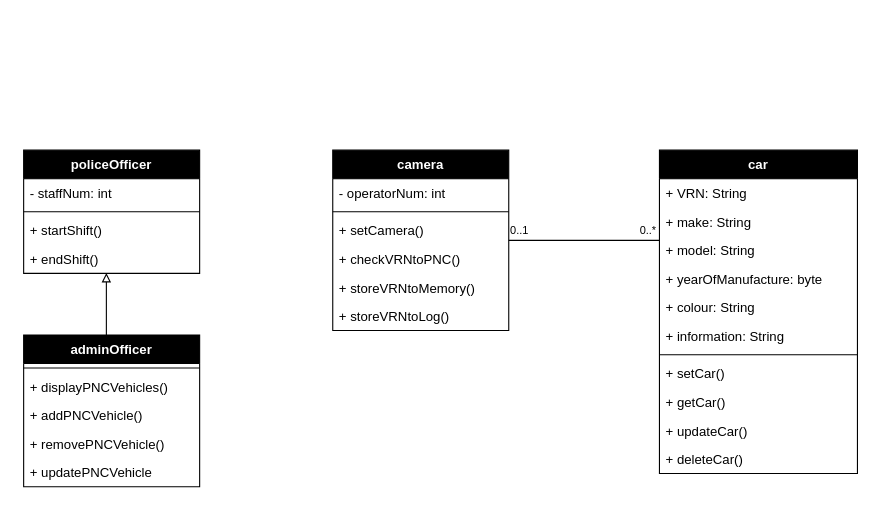
Above: page "class_diagrams" (2 of 2) of diagrams.drawio in TaraRhoseyn/police-anpr-system (draw.io), before the change. Source tidied: cells renumbered, new cells numbered last; positions are measured from the earlier drawing's top-left corner, leaving out a move shared by most shapes. Both pictures are drawn from the tidied source at 110%, with x=0, y=0 at pixel (23, 150).
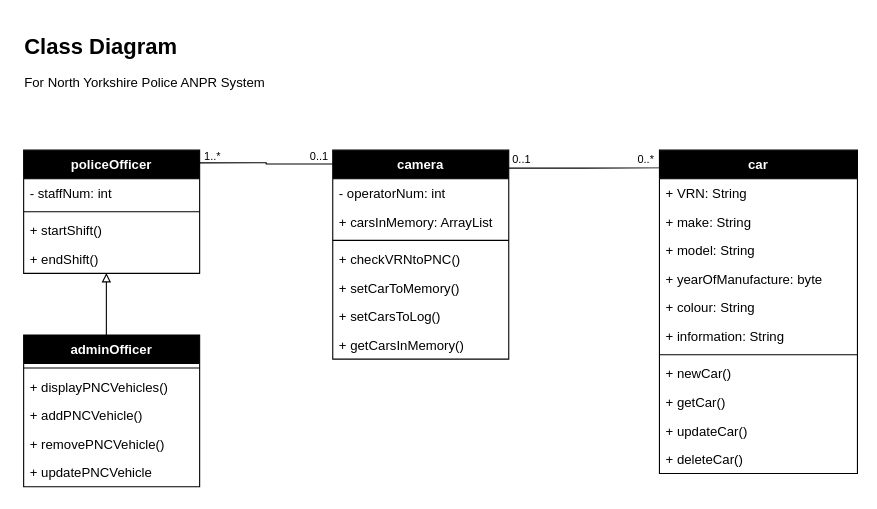
After the change.

The change refers to these unchanged cells:
```xml
<mxCell id="17" value="car" style="swimlane;fontStyle=1;align=center;verticalAlign=top;horizontal=1;startSize=26;fontColor=#FFFFFF;fillColor=#000000;" parent="1" vertex="1">
  <mxGeometry x="578" width="180" height="294" as="geometry" />
</mxCell>
<mxCell id="20" value="+ model: String" style="text;strokeColor=none;fillColor=none;align=left;verticalAlign=top;spacingLeft=4;spacingRight=4;overflow=hidden;points=[[0,0.5],[1,0.5]];portConstraint=eastwest;fontColor=default;" parent="17" vertex="1">
  <mxGeometry y="78" width="180" height="26" as="geometry" />
</mxCell>
<mxCell id="29" value="policeOfficer" style="swimlane;fontStyle=1;align=center;verticalAlign=top;horizontal=1;startSize=26;fontColor=#FFFFFF;fillColor=#000000;" parent="1" vertex="1">
  <mxGeometry width="160" height="112" as="geometry" />
</mxCell>
```

The edit, as a diff of the source:
```diff
@@
-    <mxCell id="9" style="edgeStyle=orthogonalEdgeStyle;rounded=0;jettySize=auto;html=1;fontSize=10;fontColor=#000000;endArrow=none;endFill=0;" parent="1" edge="1" source="10" target="20">
+    <mxCell id="9" style="edgeStyle=orthogonalEdgeStyle;rounded=0;jettySize=auto;html=1;fontSize=10;fontColor=#000000;endArrow=none;endFill=0;entryX=0.005;entryY=0.048;entryDx=0;entryDy=0;entryPerimeter=0;exitX=0.995;exitY=0.086;exitDx=0;exitDy=0;exitPerimeter=0;" parent="1" edge="1" source="10" target="17">
       <mxGeometry relative="1" as="geometry">
         <Array as="points">
-          <mxPoint x="544" y="82" />
-          <mxPoint x="544" y="82" />
+          <mxPoint x="509" y="16" />
+          <mxPoint x="579" y="16" />
         </Array>
       </mxGeometry>
     </mxCell>
     <mxCell id="10" value="camera" style="swimlane;fontStyle=1;align=center;verticalAlign=top;horizontal=1;startSize=26;fontColor=#FFFFFF;fillColor=#000000;" parent="1" vertex="1">
-      <mxGeometry x="281" width="160" height="164" as="geometry" />
+      <mxGeometry x="281" width="160" height="190" as="geometry" />
     </mxCell>
+    <mxCell id="36" value="- operatorNum: int" style="text;strokeColor=none;fillColor=none;align=left;verticalAlign=top;spacingLeft=4;spacingRight=4;overflow=hidden;fontColor=default;" parent="10" vertex="1">
+      <mxGeometry y="26" width="160" height="26" as="geometry" />
+    </mxCell>
-    <mxCell id="11" value="- operatorNum: int" style="text;strokeColor=none;fillColor=none;align=left;verticalAlign=top;spacingLeft=4;spacingRight=4;overflow=hidden;fontColor=default;" parent="10" vertex="1">
-      <mxGeometry y="26" width="160" height="26" as="geometry" />
+    <mxCell id="11" value="+ carsInMemory: ArrayList" style="text;strokeColor=none;fillColor=none;align=left;verticalAlign=top;spacingLeft=4;spacingRight=4;overflow=hidden;fontColor=default;" parent="10" vertex="1">
+      <mxGeometry y="52" width="160" height="26" as="geometry" />
     </mxCell>
     <mxCell id="12" style="line;strokeWidth=1;fillColor=none;align=left;verticalAlign=middle;spacingTop=-1;spacingLeft=3;spacingRight=3;labelPosition=right;strokeColor=inherit;fontColor=default;" parent="10" vertex="1">
-      <mxGeometry y="52" width="160" height="8" as="geometry" />
+      <mxGeometry y="78" width="160" height="8" as="geometry" />
     </mxCell>
-    <mxCell id="13" value="+ setCamera()" style="text;strokeColor=none;fillColor=none;align=left;verticalAlign=top;spacingLeft=4;spacingRight=4;overflow=hidden;fontColor=default;" parent="10" vertex="1">
-      <mxGeometry y="60" width="160" height="26" as="geometry" />
-    </mxCell>
@@
-    <mxCell id="15" value="+ storeVRNtoMemory()" style="text;strokeColor=none;fillColor=none;align=left;verticalAlign=top;spacingLeft=4;spacingRight=4;overflow=hidden;fontColor=default;" parent="10" vertex="1">
+    <mxCell id="15" value="+ setCarToMemory()" style="text;strokeColor=none;fillColor=none;align=left;verticalAlign=top;spacingLeft=4;spacingRight=4;overflow=hidden;fontColor=default;" parent="10" vertex="1">
       <mxGeometry y="112" width="160" height="26" as="geometry" />
     </mxCell>
+    <mxCell id="37" value="+ setCarsToLog()" style="text;strokeColor=none;fillColor=none;align=left;verticalAlign=top;spacingLeft=4;spacingRight=4;overflow=hidden;fontColor=default;" parent="10" vertex="1">
+      <mxGeometry y="138" width="160" height="26" as="geometry" />
+    </mxCell>
-    <mxCell id="16" value="+ storeVRNtoLog()" style="text;strokeColor=none;fillColor=none;align=left;verticalAlign=top;spacingLeft=4;spacingRight=4;overflow=hidden;fontColor=default;" parent="10" vertex="1">
-      <mxGeometry y="138" width="160" height="26" as="geometry" />
+    <mxCell id="16" value="+ getCarsInMemory()" style="text;strokeColor=none;fillColor=none;align=left;verticalAlign=top;spacingLeft=4;spacingRight=4;overflow=hidden;fontColor=default;" parent="10" vertex="1">
+      <mxGeometry y="164" width="160" height="26" as="geometry" />
     </mxCell>
@@
-    <mxCell id="25" value="+ setCar()" style="text;strokeColor=none;fillColor=none;align=left;verticalAlign=top;spacingLeft=4;spacingRight=4;overflow=hidden;fontColor=default;" parent="17" vertex="1">
+    <mxCell id="25" value="+ newCar()" style="text;strokeColor=none;fillColor=none;align=left;verticalAlign=top;spacingLeft=4;spacingRight=4;overflow=hidden;fontColor=default;" parent="17" vertex="1">
       <mxGeometry y="190" width="180" height="26" as="geometry" />
     </mxCell>
@@
+    <mxCell id="38" style="edgeStyle=orthogonalEdgeStyle;rounded=0;jettySize=auto;html=1;entryX=0.003;entryY=0.066;entryDx=0;entryDy=0;entryPerimeter=0;fontSize=10;fontColor=#000000;endArrow=none;endFill=0;exitX=0.997;exitY=0.103;exitDx=0;exitDy=0;exitPerimeter=0;" parent="1" edge="1" source="29" target="10">
+      <mxGeometry relative="1" as="geometry" />
+    </mxCell>
@@
     <mxCell id="34" value="0..*" style="text;html=1;strokeColor=none;fillColor=none;align=center;verticalAlign=middle;whiteSpace=wrap;rounded=0;fontColor=#000000;fontSize=10;" parent="1" vertex="1">
-      <mxGeometry x="546" y="60" width="44" height="26" as="geometry" />
+      <mxGeometry x="544" y="-5" width="44" height="26" as="geometry" />
     </mxCell>
     <mxCell id="35" value="0..1" style="text;html=1;strokeColor=none;fillColor=none;align=center;verticalAlign=middle;whiteSpace=wrap;rounded=0;fontColor=#000000;fontSize=10;" parent="1" vertex="1">
-      <mxGeometry x="429" y="60" width="44" height="26" as="geometry" />
+      <mxGeometry x="431" y="-5" width="44" height="26" as="geometry" />
     </mxCell>
+    <mxCell id="39" value="1..*" style="text;html=1;strokeColor=none;fillColor=none;align=center;verticalAlign=middle;whiteSpace=wrap;rounded=0;fontColor=#000000;fontSize=10;" parent="1" vertex="1">
+      <mxGeometry x="150" y="-8" width="44" height="26" as="geometry" />
+    </mxCell>
+    <mxCell id="40" value="0..1" style="text;html=1;strokeColor=none;fillColor=none;align=center;verticalAlign=middle;whiteSpace=wrap;rounded=0;fontColor=#000000;fontSize=10;" parent="1" vertex="1">
+      <mxGeometry x="247" y="-8" width="44" height="26" as="geometry" />
+    </mxCell>
+    <mxCell id="41" value="&lt;h1&gt;Class Diagram&lt;/h1&gt;&lt;p&gt;&lt;span style=&quot;font-size: 12px; text-align: center;&quot;&gt;For North Yorkshire Police ANPR System&lt;/span&gt;&lt;br&gt;&lt;/p&gt;" style="text;html=1;strokeColor=none;fillColor=none;spacing=5;spacingTop=-20;whiteSpace=wrap;overflow=hidden;rounded=0;fontSize=10;fontColor=#000000;" parent="1" vertex="1">
+      <mxGeometry x="-4" y="-109" width="421" height="69" as="geometry" />
+    </mxCell>
```
